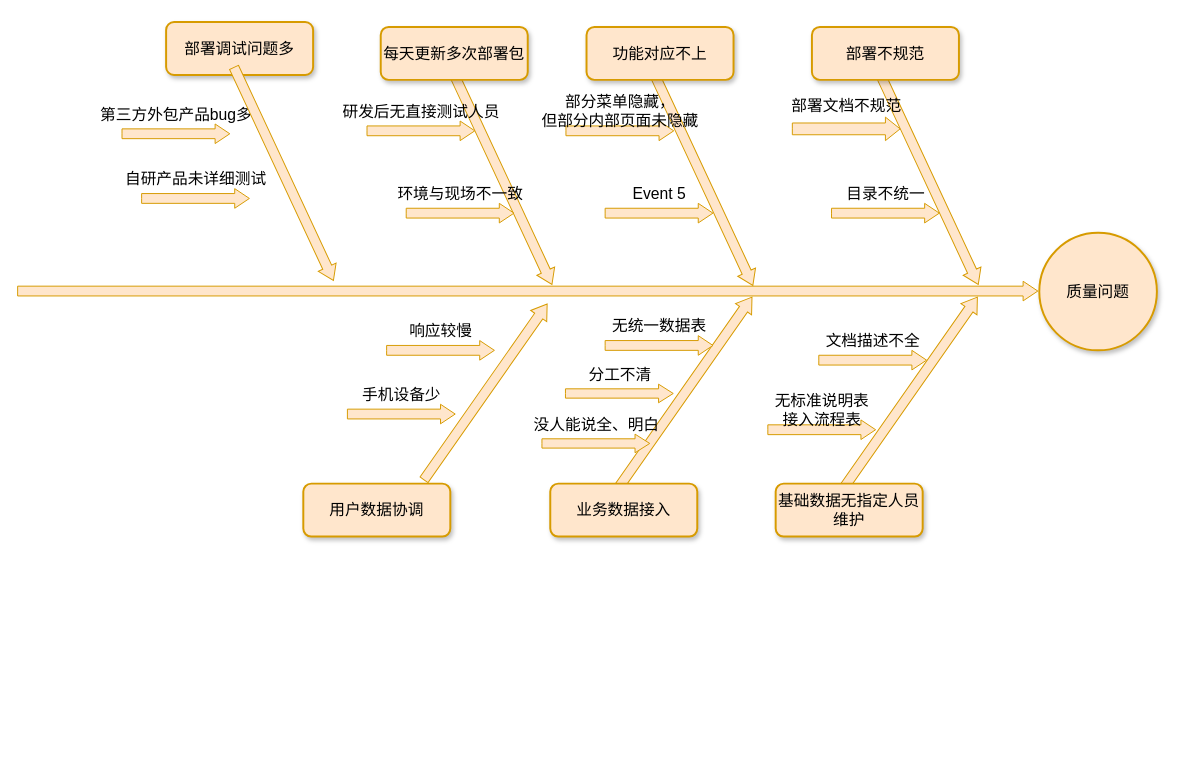
The draw.io diagram 喀什系统实施原因分析图.drawio in bj-ehualu/drawio, before the edit. Source tidied: cells renumbered, new cells numbered last; positions are measured from the earlier drawing's top-left corner, leaving out a move shared by most shapes. Both pictures are drawn from the tidied source at 98%, with x=0, y=0 at pixel (166, -220).
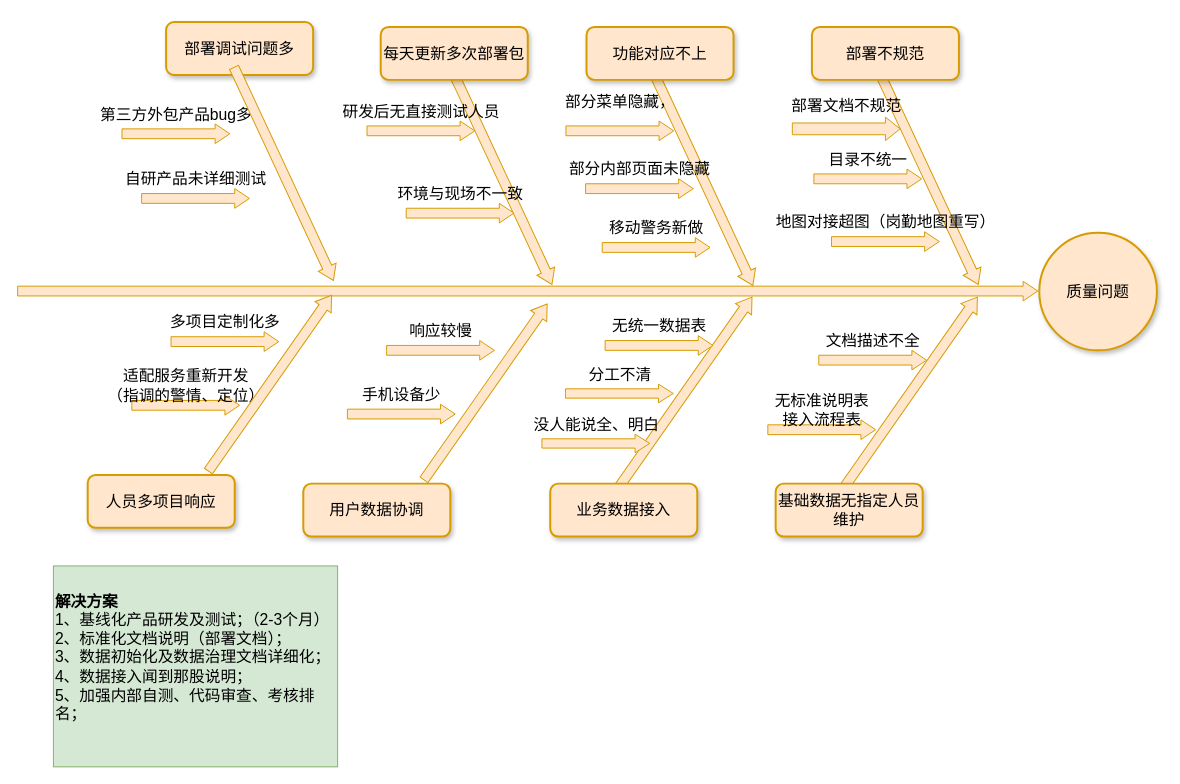
Above is the later version.

Commit message (it also covers changes not shown here):
更新喀什系统实施原因分析图.drawio

Change to the diagram source:
```diff
@@
-    <mxCell id="16" value="部分菜单隐藏，&lt;div style=&quot;font-size: 16px;&quot;&gt;但部分内部页面未隐藏&lt;/div&gt;" style="html=1;shadow=0;dashed=0;align=center;verticalAlign=middle;shape=mxgraph.arrows2.arrow;dy=0.5;dx=15;direction=north;notch=0;rounded=0;strokeWidth=1;fontSize=16;rotation=90;horizontal=0;labelPosition=left;verticalLabelPosition=middle;fillColor=#ffe6cc;strokeColor=#d79b00;" parent="1" vertex="1">
+    <mxCell id="16" value="部分菜单隐藏，&lt;div style=&quot;font-size: 16px;&quot;&gt;&lt;br&gt;&lt;/div&gt;" style="html=1;shadow=0;dashed=0;align=center;verticalAlign=middle;shape=mxgraph.arrows2.arrow;dy=0.5;dx=15;direction=north;notch=0;rounded=0;strokeWidth=1;fontSize=16;rotation=90;horizontal=0;labelPosition=left;verticalLabelPosition=middle;fillColor=#ffe6cc;strokeColor=#d79b00;" parent="1" vertex="1">
       <mxGeometry x="453" y="302" width="20" height="110" as="geometry" />
     </mxCell>
@@
-    <mxCell id="22" value="Event 5" style="html=1;shadow=0;dashed=0;align=center;verticalAlign=middle;shape=mxgraph.arrows2.arrow;dy=0.5;dx=15;direction=north;notch=0;rounded=0;strokeWidth=1;fontSize=16;rotation=90;horizontal=0;labelPosition=left;verticalLabelPosition=middle;fillColor=#ffe6cc;strokeColor=#d79b00;" parent="1" vertex="1">
-      <mxGeometry x="493" y="386" width="20" height="110" as="geometry" />
+    <mxCell id="22" value="部分内部页面未隐藏" style="html=1;shadow=0;dashed=0;align=center;verticalAlign=middle;shape=mxgraph.arrows2.arrow;dy=0.5;dx=15;direction=north;notch=0;rounded=0;strokeWidth=1;fontSize=16;rotation=90;horizontal=0;labelPosition=left;verticalLabelPosition=middle;fillColor=#ffe6cc;strokeColor=#d79b00;" parent="1" vertex="1">
+      <mxGeometry x="473" y="361" width="20" height="110" as="geometry" />
     </mxCell>
     <mxCell id="23" value="目录不统一" style="html=1;shadow=0;dashed=0;align=center;verticalAlign=middle;shape=mxgraph.arrows2.arrow;dy=0.5;dx=15;direction=north;notch=0;rounded=0;strokeWidth=1;fontSize=16;rotation=90;horizontal=0;labelPosition=left;verticalLabelPosition=middle;fillColor=#ffe6cc;strokeColor=#d79b00;" parent="1" vertex="1">
-      <mxGeometry x="724" y="386" width="20" height="110" as="geometry" />
+      <mxGeometry x="706" y="351" width="20" height="110" as="geometry" />
     </mxCell>
@@
+    <mxCell id="33" value="&lt;font style=&quot;font-size: 16px;&quot;&gt;&lt;b style=&quot;font-size: 16px;&quot;&gt;解决方案&lt;/b&gt;&lt;/font&gt;&lt;div style=&quot;font-size: 16px;&quot;&gt;1、基线化产品研发及测试；（2-3个月）&lt;/div&gt;&lt;div style=&quot;font-size: 16px;&quot;&gt;2、标准化文档说明（部署文档）；&lt;/div&gt;&lt;div style=&quot;font-size: 16px;&quot;&gt;3、数据初始化及数据治理文档详细化；&lt;/div&gt;&lt;div style=&quot;font-size: 16px;&quot;&gt;4、数据接入闻到那股说明；&lt;/div&gt;&lt;div style=&quot;font-size: 16px;&quot;&gt;5、加强内部自测、代码审查、考核排名；&lt;/div&gt;&lt;div style=&quot;font-size: 16px;&quot;&gt;&lt;br&gt;&lt;/div&gt;" style="rounded=0;whiteSpace=wrap;html=1;align=left;fillColor=#d5e8d4;strokeColor=#82b366;fontSize=16;" parent="1" vertex="1">
+      <mxGeometry x="-115" y="801" width="290" height="205" as="geometry" />
+    </mxCell>
+    <mxCell id="34" value="地图对接超图（岗勤地图重写）" style="html=1;shadow=0;dashed=0;align=center;verticalAlign=middle;shape=mxgraph.arrows2.arrow;dy=0.5;dx=15;direction=north;notch=0;rounded=0;strokeWidth=1;fontSize=16;rotation=90;horizontal=0;labelPosition=left;verticalLabelPosition=middle;fillColor=#ffe6cc;strokeColor=#d79b00;" parent="1" vertex="1">
+      <mxGeometry x="724" y="415" width="20" height="110" as="geometry" />
+    </mxCell>
+    <mxCell id="35" value="移动警务新做" style="html=1;shadow=0;dashed=0;align=center;verticalAlign=middle;shape=mxgraph.arrows2.arrow;dy=0.5;dx=15;direction=north;notch=0;rounded=0;strokeWidth=1;fontSize=16;rotation=90;horizontal=0;labelPosition=left;verticalLabelPosition=middle;fillColor=#ffe6cc;strokeColor=#d79b00;" parent="1" vertex="1">
+      <mxGeometry x="490" y="421" width="20" height="110" as="geometry" />
+    </mxCell>
+    <mxCell id="36" value="人员多项目响应" style="rounded=1;whiteSpace=wrap;html=1;shadow=1;strokeWidth=2;fontSize=16;fillColor=#ffe6cc;strokeColor=#d79b00;" parent="1" vertex="1">
+      <mxGeometry x="-80" y="708.1" width="150" height="54" as="geometry" />
+    </mxCell>
+    <mxCell id="37" value="多项目定制化多" style="html=1;shadow=0;dashed=0;align=center;verticalAlign=middle;shape=mxgraph.arrows2.arrow;dy=0.5;dx=15;direction=north;notch=0;rounded=0;strokeWidth=1;fontSize=16;rotation=90;horizontal=0;labelPosition=left;verticalLabelPosition=middle;fillColor=#ffe6cc;strokeColor=#d79b00;" parent="1" vertex="1">
+      <mxGeometry x="50" y="517.1" width="20" height="110" as="geometry" />
+    </mxCell>
+    <mxCell id="38" value="适配服务重新开发&lt;div&gt;（指调的警情、定位）&lt;/div&gt;" style="html=1;shadow=0;dashed=0;align=center;verticalAlign=middle;shape=mxgraph.arrows2.arrow;dy=0.5;dx=15;direction=north;notch=0;rounded=0;strokeWidth=1;fontSize=16;rotation=90;horizontal=0;labelPosition=left;verticalLabelPosition=middle;fillColor=#ffe6cc;strokeColor=#d79b00;" parent="1" vertex="1">
+      <mxGeometry x="10" y="582.1" width="20" height="110" as="geometry" />
+    </mxCell>
+    <mxCell id="39" style="html=1;shadow=0;dashed=0;align=center;verticalAlign=middle;shape=mxgraph.arrows2.arrow;dy=0.5;dx=15;direction=north;notch=0;rounded=0;strokeWidth=1;fontSize=16;rotation=35;fillColor=#ffe6cc;strokeColor=#d79b00;" parent="1" vertex="1">
+      <mxGeometry x="96" y="505" width="20" height="219" as="geometry" />
+    </mxCell>
```
